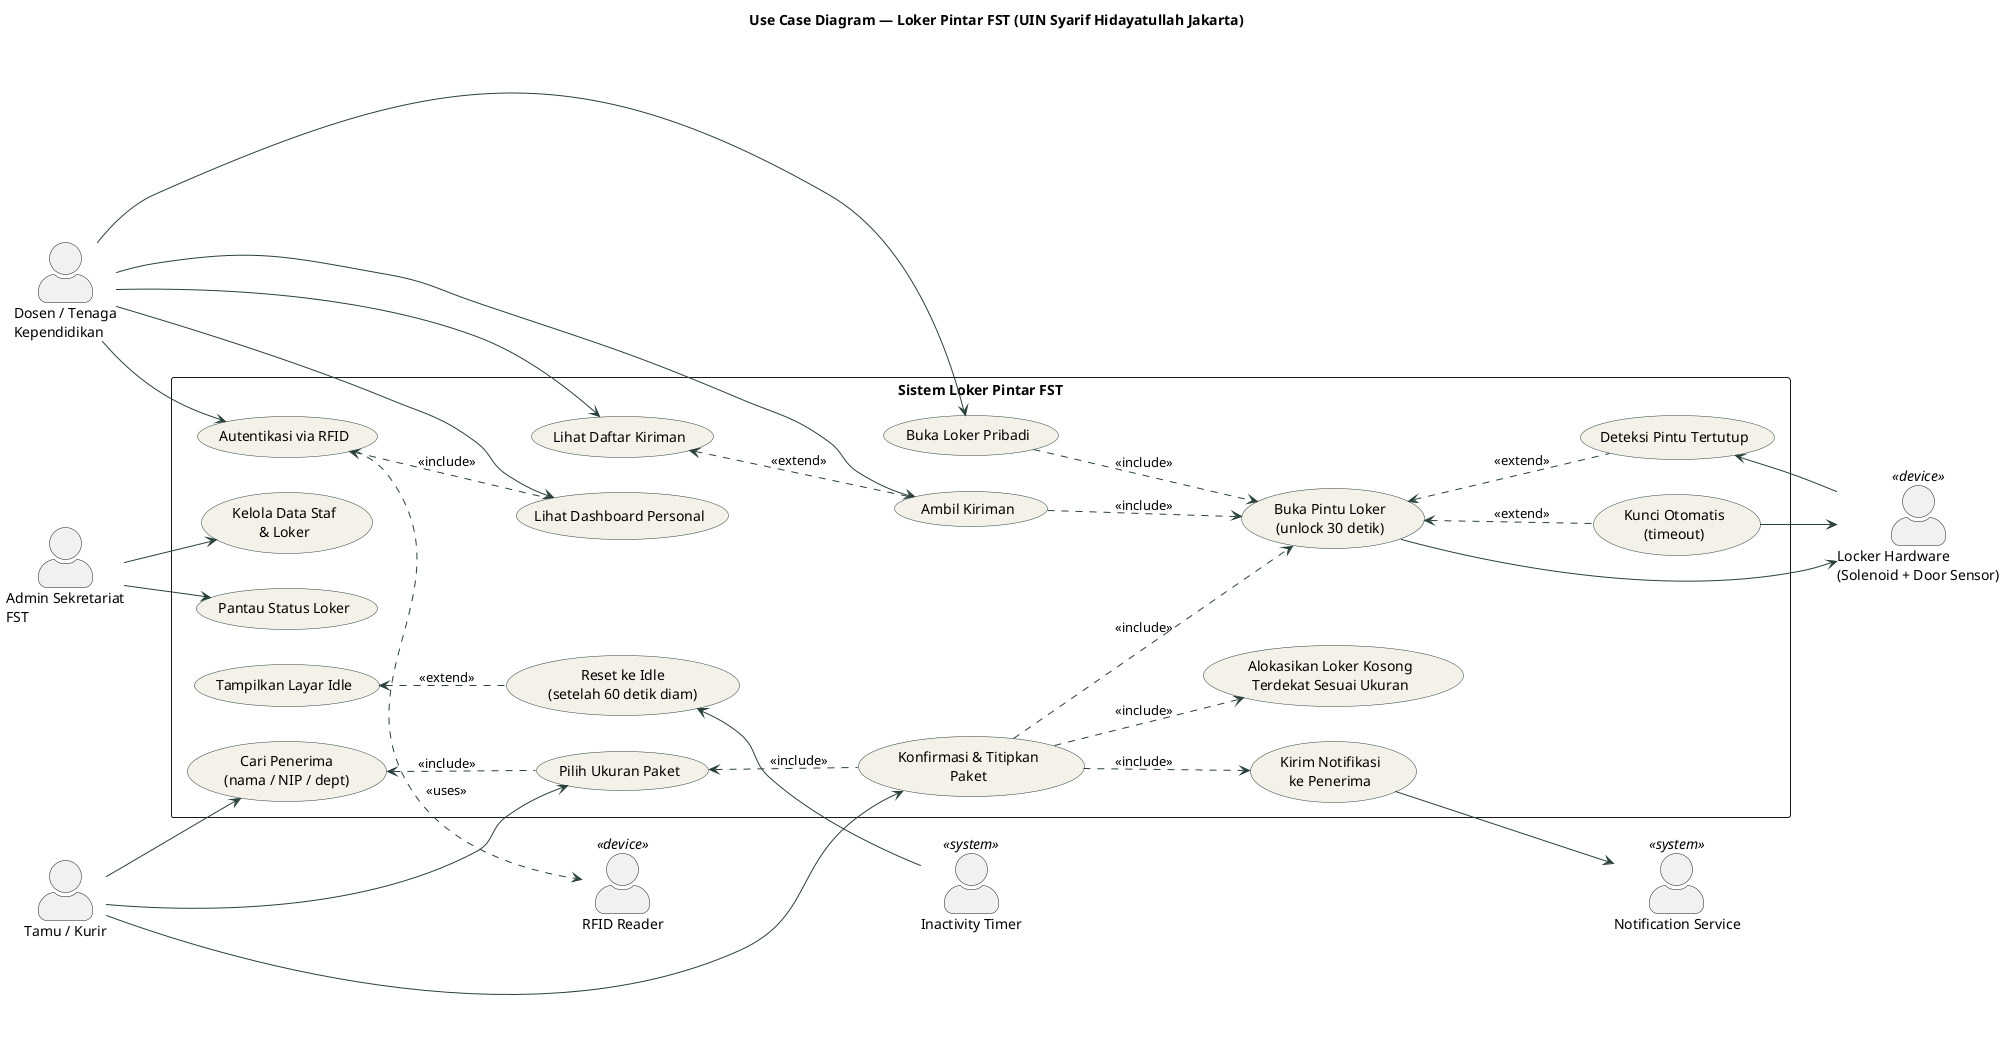
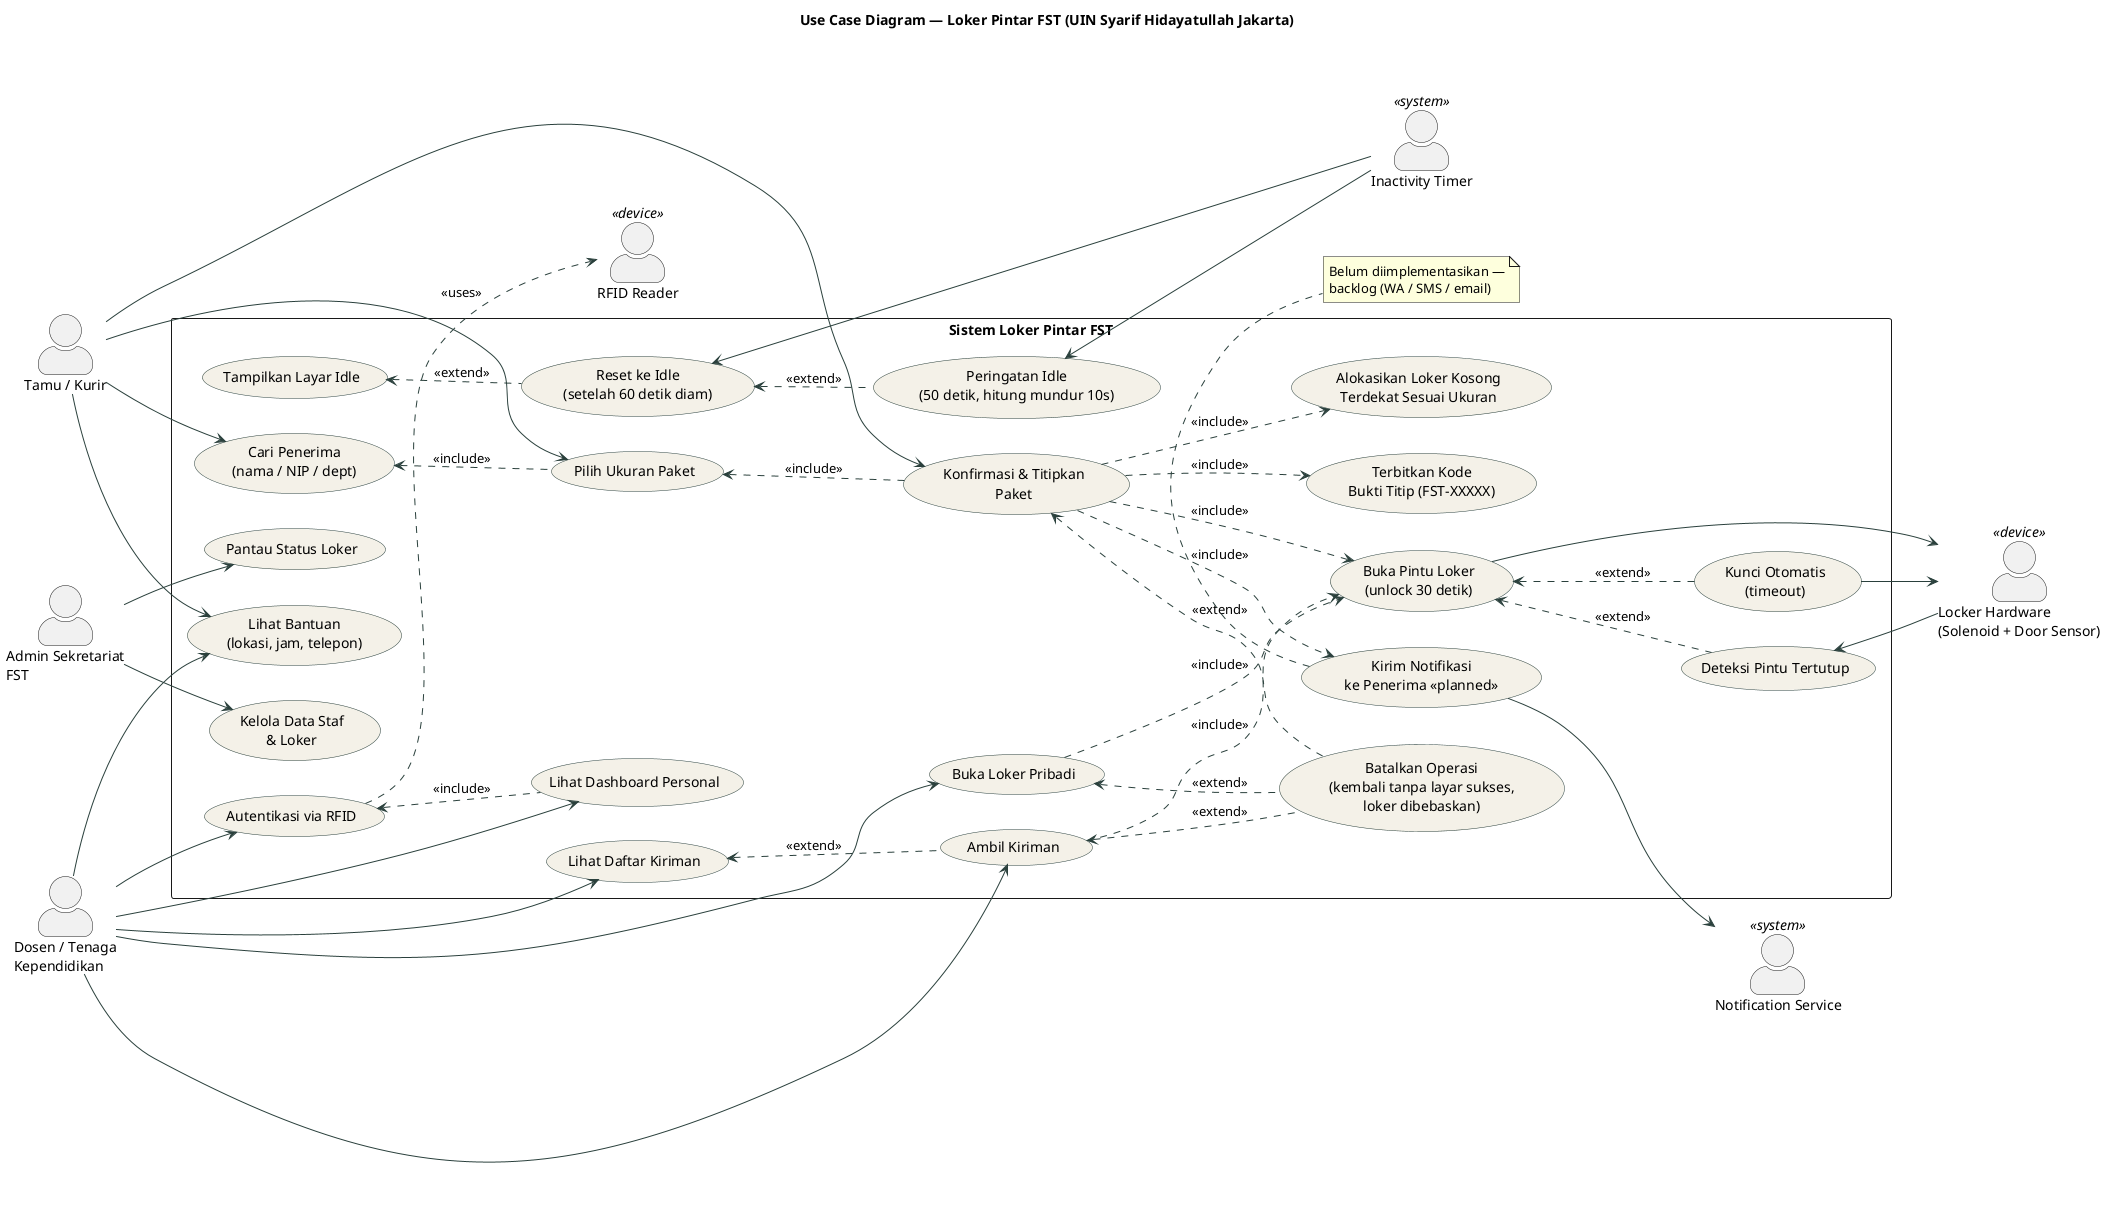
@startuml use-case-loker-pintar-fst
title Use Case Diagram — Loker Pintar FST (UIN Syarif Hidayatullah Jakarta)

left to right direction
skinparam packageStyle rectangle
skinparam shadowing false
skinparam actorStyle awesome
skinparam usecase {
  BackgroundColor #F4F1E8
  BorderColor #2A403C
  ArrowColor #2A403C
}

' ---------- Actors ----------
actor "Dosen / Tenaga\nKependidikan" as Staf
actor "Tamu / Kurir" as Kurir
actor "Admin Sekretariat\nFST" as Admin

actor "RFID Reader" as RFID <<device>>
actor "Locker Hardware\n(Solenoid + Door Sensor)" as Hardware <<device>>
actor "Notification Service" as Notif <<system>>
actor "Inactivity Timer" as Timer <<system>>

' ---------- System Boundary ----------
rectangle "Sistem Loker Pintar FST" {

  usecase "Tampilkan Layar Idle" as UC_Idle
  usecase "Autentikasi via RFID" as UC_Auth
  usecase "Lihat Dashboard Personal" as UC_Dash
  usecase "Buka Loker Pribadi" as UC_OpenSelf
  usecase "Lihat Daftar Kiriman" as UC_MailList
  usecase "Ambil Kiriman" as UC_Claim

  usecase "Cari Penerima\n(nama / NIP / dept)" as UC_Search
  usecase "Pilih Ukuran Paket" as UC_PickSize
  usecase "Konfirmasi & Titipkan\nPaket" as UC_Deliver

  usecase "Alokasikan Loker Kosong\nTerdekat Sesuai Ukuran" as UC_Allocate
  usecase "Buka Pintu Loker\n(unlock 30 detik)" as UC_Unlock
+   usecase "Batalkan Operasi\n(kembali tanpa layar sukses,\nloker dibebaskan)" as UC_Cancel
+   usecase "Terbitkan Kode\nBukti Titip (FST-XXXXX)" as UC_Receipt
  usecase "Deteksi Pintu Tertutup" as UC_DoorClose
  usecase "Kunci Otomatis\n(timeout)" as UC_AutoLock
-   usecase "Kirim Notifikasi\nke Penerima" as UC_Notify
+   usecase "Kirim Notifikasi\nke Penerima <<planned>>" as UC_Notify
+   usecase "Lihat Bantuan\n(lokasi, jam, telepon)" as UC_Help
+   usecase "Peringatan Idle\n(50 detik, hitung mundur 10s)" as UC_IdleWarn
  usecase "Reset ke Idle\n(setelah 60 detik diam)" as UC_AutoIdle

  usecase "Kelola Data Staf\n& Loker" as UC_Manage
  usecase "Pantau Status Loker" as UC_Monitor
}

' ---------- Staf relationships ----------
Staf --> UC_Auth
Staf --> UC_Dash
Staf --> UC_OpenSelf
Staf --> UC_MailList
Staf --> UC_Claim

UC_Auth ..> RFID : <<uses>>
UC_Auth <.. UC_Dash : <<include>>
UC_OpenSelf ..> UC_Unlock : <<include>>
UC_Claim    ..> UC_Unlock : <<include>>
UC_MailList <.. UC_Claim  : <<extend>>

' ---------- Kurir relationships ----------
Kurir --> UC_Search
Kurir --> UC_PickSize
Kurir --> UC_Deliver

UC_Search   <.. UC_PickSize : <<include>>
UC_PickSize <.. UC_Deliver  : <<include>>
UC_Deliver  ..> UC_Allocate : <<include>>
UC_Deliver  ..> UC_Unlock   : <<include>>
+ UC_Deliver  ..> UC_Receipt  : <<include>>
UC_Deliver  ..> UC_Notify   : <<include>>
+ 
+ ' ---------- Cancel & Help (Sprint 1) ----------
+ UC_OpenSelf <.. UC_Cancel : <<extend>>
+ UC_Claim    <.. UC_Cancel : <<extend>>
+ UC_Deliver  <.. UC_Cancel : <<extend>>
+ 
+ Staf  --> UC_Help
+ Kurir --> UC_Help

' ---------- Hardware / system actors ----------
UC_Unlock    --> Hardware
UC_DoorClose <-- Hardware
UC_AutoLock  --> Hardware
UC_Unlock    <.. UC_DoorClose : <<extend>>
UC_Unlock    <.. UC_AutoLock  : <<extend>>

UC_Notify --> Notif
+ note bottom of UC_Notify
+   Belum diimplementasikan —
+   backlog (WA / SMS / email)
+ end note

+ UC_IdleWarn <-- Timer
UC_AutoIdle <-- Timer
- UC_Idle <.. UC_AutoIdle : <<extend>>
+ UC_AutoIdle <.. UC_IdleWarn : <<extend>>
+ UC_Idle     <.. UC_AutoIdle : <<extend>>

' ---------- Admin ----------
Admin --> UC_Manage
Admin --> UC_Monitor

@enduml
